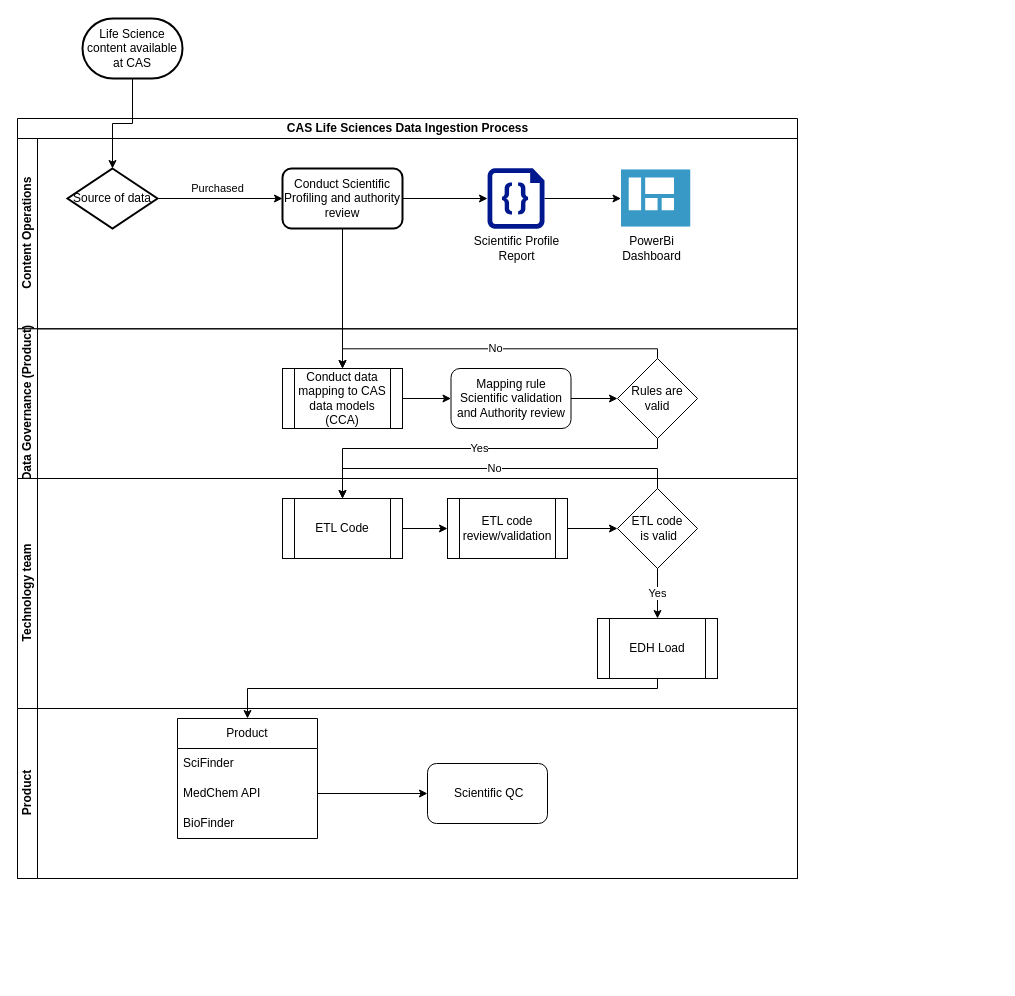
This is Untitled Diagram.drawio from nilesh-tawari/smartpv_dist, a draw.io file, before an edit. Source tidied: cells renumbered, new cells numbered last; positions are measured from the earlier drawing's top-left corner, leaving out a move shared by most shapes. Both pictures are drawn from the tidied source at 100%, with x=0, y=0 at pixel (17, 18).
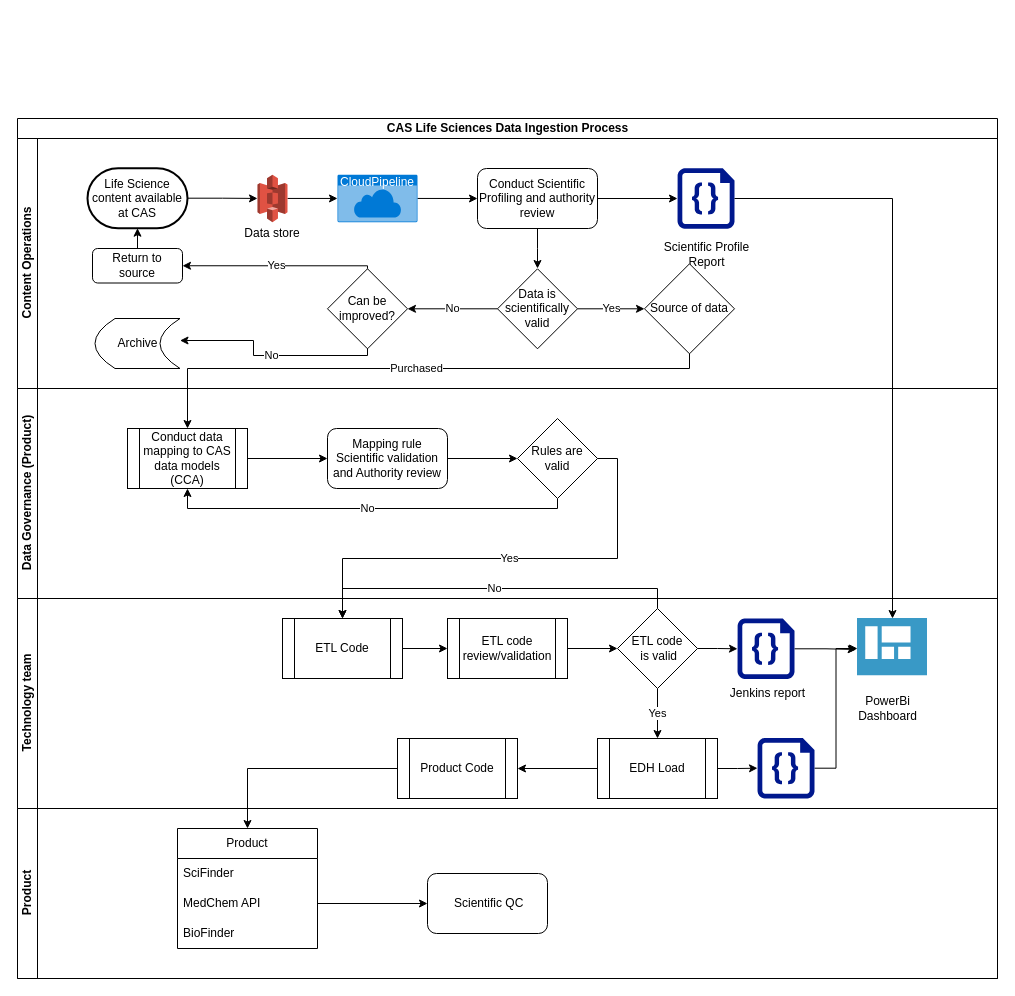
The same diagram, later.

The change refers to these unchanged cells:
```xml
<mxCell id="22" value="ETL Code" style="shape=process;whiteSpace=wrap;html=1;backgroundOutline=1;" parent="20" vertex="1">
  <mxGeometry x="265" y="20" width="120" height="60" as="geometry" />
</mxCell>
<mxCell id="23" value="EDH Load" style="shape=process;whiteSpace=wrap;html=1;backgroundOutline=1;" parent="20" vertex="1">
  <mxGeometry x="580" y="140" width="120" height="60" as="geometry" />
</mxCell>
<mxCell id="27" value="ETL code&lt;br&gt;&amp;nbsp;is valid" style="rhombus;whiteSpace=wrap;html=1;" parent="20" vertex="1">
  <mxGeometry x="600" y="10" width="80" height="80" as="geometry" />
</mxCell>
```

The edit, as a diff of the source:
```diff
@@
     <mxCell id="2" value="CAS Life Sciences Data Ingestion Process" style="swimlane;horizontal=1;startSize=20;html=1;" parent="1" vertex="1">
-      <mxGeometry y="100" width="780" height="760" as="geometry" />
+      <mxGeometry y="100" width="980" height="860" as="geometry" />
     </mxCell>
     <mxCell id="3" value="Content Operations" style="swimlane;startSize=20;horizontal=0;html=1;" parent="2" vertex="1">
-      <mxGeometry y="20" width="780" height="190.3" as="geometry" />
+      <mxGeometry y="20" width="980" height="250" as="geometry" />
     </mxCell>
-    <mxCell id="4" value="Purchased" style="edgeStyle=orthogonalEdgeStyle;rounded=0;jettySize=auto;html=1;" parent="3" edge="1" source="5" target="7">
-      <mxGeometry x="-0.04" y="10" relative="1" as="geometry" />
-    </mxCell>
-    <mxCell id="5" value="Source of data" style="strokeWidth=2;html=1;shape=mxgraph.flowchart.decision;whiteSpace=wrap;" parent="3" vertex="1">
-      <mxGeometry x="50" y="30" width="90" height="60" as="geometry" />
-    </mxCell>
@@
+    <mxCell id="41" style="edgeStyle=orthogonalEdgeStyle;rounded=0;jettySize=auto;html=1;exitX=0.5;exitY=1;exitDx=0;exitDy=0;" parent="3" edge="1" source="7">
+      <mxGeometry relative="1" as="geometry">
+        <mxPoint x="520" y="130" as="targetPoint" />
+      </mxGeometry>
+    </mxCell>
-    <mxCell id="7" value="Conduct Scientific Profiling and authority review" style="rounded=1;whiteSpace=wrap;html=1;strokeWidth=2;" parent="3" vertex="1">
-      <mxGeometry x="265" y="30" width="120" height="60" as="geometry" />
+    <mxCell id="7" value="Conduct Scientific Profiling and authority review" style="rounded=1;whiteSpace=wrap;html=1;strokeWidth=1;strokeColor=default;" parent="3" vertex="1">
+      <mxGeometry x="460" y="30" width="120" height="60" as="geometry" />
     </mxCell>
-    <mxCell id="8" style="edgeStyle=orthogonalEdgeStyle;rounded=0;jettySize=auto;html=1;" parent="3" edge="1" source="9" target="11">
-      <mxGeometry relative="1" as="geometry" />
-    </mxCell>
     <mxCell id="9" style="sketch=0;shadow=0;dashed=0;html=1;strokeColor=none;labelPosition=center;verticalLabelPosition=bottom;verticalAlign=top;align=center;fillColor=#00188D;shape=mxgraph.azure.code_file;" parent="3" vertex="1">
-      <mxGeometry x="470" y="29.7" width="57" height="60.6" as="geometry" />
+      <mxGeometry x="660" y="29.7" width="57" height="60.6" as="geometry" />
     </mxCell>
     <mxCell id="10" value="Scientific Profile&lt;br&gt;Report" style="text;html=1;align=center;verticalAlign=middle;strokeColor=none;fillColor=none;" parent="3" vertex="1">
-      <mxGeometry x="443.5" y="90.3" width="110" height="40" as="geometry" />
+      <mxGeometry x="633.5" y="95.5" width="110" height="40" as="geometry" />
     </mxCell>
-    <mxCell id="11" style="image;sketch=0;html=1;points=[];align=center;fontSize=12;image=img/lib/mscae/Shared_Dashboard.svg;" parent="3" vertex="1">
-      <mxGeometry x="603.5" y="31.3" width="70" height="57.4" as="geometry" />
-    </mxCell>
-    <mxCell id="12" value="PowerBi &lt;br&gt;Dashboard" style="text;html=1;align=center;verticalAlign=middle;strokeColor=none;fillColor=none;" parent="3" vertex="1">
-      <mxGeometry x="593.5" y="90.3" width="80" height="40" as="geometry" />
-    </mxCell>
+    <mxCell id="42" value="Yes" style="edgeStyle=orthogonalEdgeStyle;rounded=0;jettySize=auto;html=1;exitX=1;exitY=0.5;exitDx=0;exitDy=0;entryX=0;entryY=0.5;entryDx=0;entryDy=0;entryPerimeter=0;" parent="3" edge="1" source="43" target="5">
+      <mxGeometry relative="1" as="geometry" />
+    </mxCell>
+    <mxCell id="43" value="Data is scientifically valid" style="rhombus;whiteSpace=wrap;html=1;" parent="3" vertex="1">
+      <mxGeometry x="480" y="130.3" width="80" height="80" as="geometry" />
+    </mxCell>
+    <mxCell id="44" value="No" style="edgeStyle=orthogonalEdgeStyle;rounded=0;jettySize=auto;html=1;entryX=1;entryY=0.5;entryDx=0;entryDy=0;" parent="3" edge="1" source="43" target="47">
+      <mxGeometry relative="1" as="geometry" />
+    </mxCell>
+    <mxCell id="45" value="Yes" style="edgeStyle=orthogonalEdgeStyle;rounded=0;jettySize=auto;html=1;exitX=0.5;exitY=0;exitDx=0;exitDy=0;entryX=1;entryY=0.5;entryDx=0;entryDy=0;" parent="3" edge="1" source="47" target="55">
+      <mxGeometry relative="1" as="geometry">
+        <Array as="points">
+          <mxPoint x="350" y="127" />
+        </Array>
+      </mxGeometry>
+    </mxCell>
+    <mxCell id="46" value="No" style="edgeStyle=orthogonalEdgeStyle;rounded=0;orthogonalLoop=1;jettySize=auto;html=1;exitX=0.5;exitY=1;exitDx=0;exitDy=0;" parent="3" edge="1">
+      <mxGeometry relative="1" as="geometry">
+        <mxPoint x="350" y="207.3" as="sourcePoint" />
+        <mxPoint x="162.5" y="202" as="targetPoint" />
+        <Array as="points">
+          <mxPoint x="350" y="217" />
+          <mxPoint x="236" y="217" />
+          <mxPoint x="236" y="202" />
+        </Array>
+      </mxGeometry>
+    </mxCell>
+    <mxCell id="47" value="Can be improved?" style="rhombus;whiteSpace=wrap;html=1;" parent="3" vertex="1">
+      <mxGeometry x="310" y="130.3" width="80" height="80" as="geometry" />
+    </mxCell>
+    <mxCell id="48" style="edgeStyle=orthogonalEdgeStyle;rounded=0;jettySize=auto;html=1;exitX=1;exitY=0.5;exitDx=0;exitDy=0;exitPerimeter=0;entryX=0;entryY=0.5;entryDx=0;entryDy=0;entryPerimeter=0;" parent="3" edge="1" source="49" target="51">
+      <mxGeometry relative="1" as="geometry" />
+    </mxCell>
+    <mxCell id="49" style="outlineConnect=0;dashed=0;verticalLabelPosition=bottom;verticalAlign=top;align=center;html=1;shape=mxgraph.aws3.s3;fillColor=#E05243;gradientColor=none;" parent="3" vertex="1">
+      <mxGeometry x="240" y="36.2" width="30" height="47.5" as="geometry" />
+    </mxCell>
+    <mxCell id="50" style="edgeStyle=orthogonalEdgeStyle;rounded=0;jettySize=auto;html=1;exitX=1;exitY=0.5;exitDx=0;exitDy=0;exitPerimeter=0;entryX=0;entryY=0.5;entryDx=0;entryDy=0;" parent="3" edge="1" source="51" target="7">
+      <mxGeometry relative="1" as="geometry" />
+    </mxCell>
+    <mxCell id="51" value="CloudPipeline" style="html=1;whiteSpace=wrap;strokeColor=none;fillColor=#0079D6;labelPosition=center;verticalLabelPosition=middle;verticalAlign=top;align=center;fontSize=12;outlineConnect=0;spacingTop=-6;fontColor=#FFFFFF;sketch=0;shape=mxgraph.sitemap.cloud;" parent="3" vertex="1">
+      <mxGeometry x="320" y="36.2" width="80" height="47.5" as="geometry" />
+    </mxCell>
+    <mxCell id="52" value="Data store" style="text;html=1;strokeColor=none;fillColor=none;align=center;verticalAlign=middle;whiteSpace=wrap;rounded=0;" parent="3" vertex="1">
+      <mxGeometry x="225" y="80" width="60" height="30" as="geometry" />
+    </mxCell>
+    <mxCell id="53" style="edgeStyle=orthogonalEdgeStyle;rounded=0;jettySize=auto;html=1;exitX=1;exitY=0.5;exitDx=0;exitDy=0;exitPerimeter=0;entryX=0;entryY=0.5;entryDx=0;entryDy=0;entryPerimeter=0;" parent="3" edge="1" source="39" target="49">
+      <mxGeometry relative="1" as="geometry" />
+    </mxCell>
+    <mxCell id="39" value="&lt;font style=&quot;font-size: 12px;&quot;&gt;Life Science content available at CAS&lt;/font&gt;" style="strokeWidth=2;html=1;shape=mxgraph.flowchart.terminator;whiteSpace=wrap;" parent="3" vertex="1">
+      <mxGeometry x="70" y="29.7" width="100" height="60" as="geometry" />
+    </mxCell>
+    <mxCell id="54" style="edgeStyle=orthogonalEdgeStyle;rounded=0;jettySize=auto;html=1;exitX=0.5;exitY=0;exitDx=0;exitDy=0;entryX=0.5;entryY=1;entryDx=0;entryDy=0;entryPerimeter=0;" parent="3" edge="1" source="55" target="39">
+      <mxGeometry relative="1" as="geometry" />
+    </mxCell>
+    <mxCell id="55" value="Return to source" style="rounded=1;whiteSpace=wrap;html=1;" parent="3" vertex="1">
+      <mxGeometry x="75" y="110" width="90" height="34.5" as="geometry" />
+    </mxCell>
+    <mxCell id="5" value="Source of data" style="strokeWidth=1;html=1;shape=mxgraph.flowchart.decision;whiteSpace=wrap;" parent="3" vertex="1">
+      <mxGeometry x="627" y="125.3" width="90" height="90" as="geometry" />
+    </mxCell>
+    <mxCell id="56" value="Archive" style="shape=dataStorage;whiteSpace=wrap;html=1;fixedSize=1;" parent="3" vertex="1">
+      <mxGeometry x="77.5" y="180" width="85" height="50" as="geometry" />
+    </mxCell>
     <mxCell id="13" value="Data Governance (Product)" style="swimlane;startSize=20;horizontal=0;html=1;" parent="2" vertex="1">
-      <mxGeometry y="210.3" width="780" height="149.7" as="geometry" />
+      <mxGeometry y="270" width="980" height="210" as="geometry" />
     </mxCell>
     <mxCell id="14" value="Conduct data mapping to CAS data models (CCA)" style="shape=process;whiteSpace=wrap;html=1;backgroundOutline=1;" parent="13" vertex="1">
-      <mxGeometry x="265" y="39.7" width="120" height="60" as="geometry" />
+      <mxGeometry x="110" y="40" width="120" height="60" as="geometry" />
     </mxCell>
@@
     <mxCell id="16" value="Mapping rule Scientific validation and Authority review" style="rounded=1;whiteSpace=wrap;html=1;" parent="13" vertex="1">
-      <mxGeometry x="433.5" y="39.7" width="120" height="60" as="geometry" />
+      <mxGeometry x="310" y="40" width="120" height="60" as="geometry" />
     </mxCell>
@@
-    <mxCell id="18" value="No" style="edgeStyle=orthogonalEdgeStyle;rounded=0;jettySize=auto;html=1;entryX=0.5;entryY=0;entryDx=0;entryDy=0;" parent="13" edge="1" source="19" target="14">
+    <mxCell id="18" value="No" style="edgeStyle=orthogonalEdgeStyle;rounded=0;jettySize=auto;html=1;exitX=0.5;exitY=1;exitDx=0;exitDy=0;entryX=0.5;entryY=1;entryDx=0;entryDy=0;" parent="13" edge="1" source="19" target="14">
       <mxGeometry relative="1" as="geometry">
         <Array as="points">
-          <mxPoint x="640" y="20" />
-          <mxPoint x="325" y="20" />
+          <mxPoint x="540" y="120" />
+          <mxPoint x="170" y="120" />
         </Array>
       </mxGeometry>
     </mxCell>
     <mxCell id="19" value="Rules are valid" style="rhombus;whiteSpace=wrap;html=1;" parent="13" vertex="1">
-      <mxGeometry x="600" y="29.7" width="80" height="80" as="geometry" />
+      <mxGeometry x="500" y="30" width="80" height="80" as="geometry" />
     </mxCell>
     <mxCell id="20" value="Technology team" style="swimlane;startSize=20;horizontal=0;html=1;" parent="2" vertex="1">
-      <mxGeometry y="360" width="780" height="230" as="geometry" />
+      <mxGeometry y="480" width="980" height="210" as="geometry" />
     </mxCell>
@@
+    <mxCell id="57" style="edgeStyle=orthogonalEdgeStyle;rounded=0;jettySize=auto;html=1;" parent="20" edge="1" source="23" target="60">
+      <mxGeometry relative="1" as="geometry" />
+    </mxCell>
+    <mxCell id="58" style="edgeStyle=orthogonalEdgeStyle;rounded=0;jettySize=auto;html=1;exitX=1;exitY=0.5;exitDx=0;exitDy=0;entryX=0;entryY=0.5;entryDx=0;entryDy=0;entryPerimeter=0;" parent="20" edge="1" source="23" target="65">
+      <mxGeometry relative="1" as="geometry" />
+    </mxCell>
@@
+    <mxCell id="59" style="edgeStyle=orthogonalEdgeStyle;rounded=0;jettySize=auto;html=1;exitX=1;exitY=0.5;exitDx=0;exitDy=0;entryX=0;entryY=0.5;entryDx=0;entryDy=0;entryPerimeter=0;" parent="20" edge="1" source="27" target="62">
+      <mxGeometry relative="1" as="geometry" />
+    </mxCell>
@@
+    <mxCell id="60" value="Product Code" style="shape=process;whiteSpace=wrap;html=1;backgroundOutline=1;" parent="20" vertex="1">
+      <mxGeometry x="380" y="140" width="120" height="60" as="geometry" />
+    </mxCell>
+    <mxCell id="61" style="edgeStyle=orthogonalEdgeStyle;rounded=0;jettySize=auto;html=1;exitX=1;exitY=0.5;exitDx=0;exitDy=0;exitPerimeter=0;entryX=-0.019;entryY=0.54;entryDx=0;entryDy=0;entryPerimeter=0;" parent="20" edge="1" source="62" target="11">
+      <mxGeometry relative="1" as="geometry" />
+    </mxCell>
+    <mxCell id="62" style="sketch=0;shadow=0;dashed=0;html=1;strokeColor=none;labelPosition=center;verticalLabelPosition=bottom;verticalAlign=top;align=center;fillColor=#00188D;shape=mxgraph.azure.code_file;" parent="20" vertex="1">
+      <mxGeometry x="720" y="20" width="57" height="60.6" as="geometry" />
+    </mxCell>
+    <mxCell id="63" value="Jenkins report" style="text;html=1;align=center;verticalAlign=middle;strokeColor=none;fillColor=none;" parent="20" vertex="1">
+      <mxGeometry x="700" y="80" width="100" height="30" as="geometry" />
+    </mxCell>
+    <mxCell id="64" style="edgeStyle=orthogonalEdgeStyle;rounded=0;jettySize=auto;html=1;entryX=0;entryY=0.523;entryDx=0;entryDy=0;entryPerimeter=0;" parent="20" edge="1" source="65" target="11">
+      <mxGeometry relative="1" as="geometry" />
+    </mxCell>
+    <mxCell id="65" style="sketch=0;shadow=0;dashed=0;html=1;strokeColor=none;labelPosition=center;verticalLabelPosition=bottom;verticalAlign=top;align=center;fillColor=#00188D;shape=mxgraph.azure.code_file;" parent="20" vertex="1">
+      <mxGeometry x="740" y="139.4" width="57" height="60.6" as="geometry" />
+    </mxCell>
+    <mxCell id="11" style="image;sketch=0;html=1;points=[];align=center;fontSize=12;image=img/lib/mscae/Shared_Dashboard.svg;" parent="20" vertex="1">
+      <mxGeometry x="840" y="20" width="70" height="57.4" as="geometry" />
+    </mxCell>
+    <mxCell id="12" value="PowerBi &lt;br&gt;Dashboard" style="text;html=1;align=center;verticalAlign=middle;strokeColor=none;fillColor=none;" parent="20" vertex="1">
+      <mxGeometry x="830" y="90" width="80" height="40" as="geometry" />
+    </mxCell>
     <mxCell id="29" value="Product" style="swimlane;startSize=20;horizontal=0;html=1;" parent="2" vertex="1">
-      <mxGeometry y="590" width="780" height="170" as="geometry" />
+      <mxGeometry y="690" width="980" height="170" as="geometry" />
     </mxCell>
     <mxCell id="30" value="Product" style="swimlane;fontStyle=0;horizontal=1;startSize=30;whiteSpace=wrap;html=1;" parent="29" vertex="1">
-      <mxGeometry x="160" y="10" width="140" height="120" as="geometry" />
+      <mxGeometry x="160" y="20" width="140" height="120" as="geometry" />
     </mxCell>
@@
     <mxCell id="34" value="&amp;nbsp;Scientific QC" style="rounded=1;whiteSpace=wrap;html=1;" parent="29" vertex="1">
-      <mxGeometry x="410" y="55" width="120" height="60" as="geometry" />
+      <mxGeometry x="410" y="65" width="120" height="60" as="geometry" />
     </mxCell>
@@
-    <mxCell id="36" style="edgeStyle=orthogonalEdgeStyle;rounded=0;jettySize=auto;html=1;" parent="2" edge="1" source="7" target="14">
-      <mxGeometry relative="1" as="geometry" />
-    </mxCell>
-    <mxCell id="37" style="edgeStyle=orthogonalEdgeStyle;rounded=0;jettySize=auto;html=1;exitX=0.5;exitY=1;exitDx=0;exitDy=0;" parent="2" edge="1" source="23" target="30">
-      <mxGeometry relative="1" as="geometry">
-        <Array as="points">
-          <mxPoint x="640" y="570" />
-          <mxPoint x="230" y="570" />
-        </Array>
-      </mxGeometry>
-    </mxCell>
+    <mxCell id="66" style="edgeStyle=orthogonalEdgeStyle;rounded=0;jettySize=auto;html=1;entryX=0.5;entryY=0;entryDx=0;entryDy=0;" parent="2" edge="1" source="60" target="30">
+      <mxGeometry relative="1" as="geometry" />
+    </mxCell>
+    <mxCell id="8" style="edgeStyle=orthogonalEdgeStyle;rounded=0;jettySize=auto;html=1;" parent="2" edge="1" source="9" target="11">
+      <mxGeometry relative="1" as="geometry" />
+    </mxCell>
-    <mxCell id="38" value="Yes" style="edgeStyle=orthogonalEdgeStyle;rounded=0;jettySize=auto;html=1;" parent="2" edge="1" source="19" target="22">
-      <mxGeometry relative="1" as="geometry">
-        <Array as="points">
-          <mxPoint x="640" y="330" />
-          <mxPoint x="325" y="330" />
-        </Array>
-      </mxGeometry>
+    <mxCell id="38" value="Yes" style="edgeStyle=orthogonalEdgeStyle;rounded=0;jettySize=auto;html=1;exitX=1;exitY=0.5;exitDx=0;exitDy=0;entryX=0.5;entryY=0;entryDx=0;entryDy=0;" parent="2" edge="1" source="19" target="22">
+      <mxGeometry relative="1" as="geometry" />
     </mxCell>
-    <mxCell id="39" value="&lt;font style=&quot;font-size: 12px;&quot;&gt;Life Science content available at CAS&lt;/font&gt;" style="strokeWidth=2;html=1;shape=mxgraph.flowchart.terminator;whiteSpace=wrap;" parent="1" vertex="1">
-      <mxGeometry x="65" width="100" height="60" as="geometry" />
-    </mxCell>
-    <mxCell id="40" style="edgeStyle=orthogonalEdgeStyle;rounded=0;jettySize=auto;html=1;exitX=0.5;exitY=1;exitDx=0;exitDy=0;exitPerimeter=0;" parent="1" edge="1" source="39" target="5">
-      <mxGeometry relative="1" as="geometry" />
-    </mxCell>
+    <mxCell id="4" value="Purchased" style="edgeStyle=orthogonalEdgeStyle;rounded=0;jettySize=auto;html=1;exitX=0.5;exitY=1;exitDx=0;exitDy=0;exitPerimeter=0;" parent="2" edge="1" source="5" target="14">
+      <mxGeometry relative="1" as="geometry">
+        <Array as="points">
+          <mxPoint x="672" y="250" />
+          <mxPoint x="170" y="250" />
+        </Array>
+      </mxGeometry>
+    </mxCell>
```
